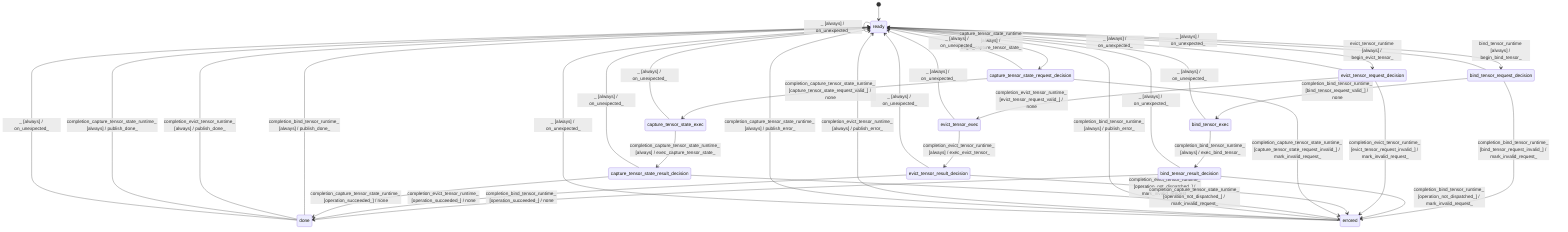
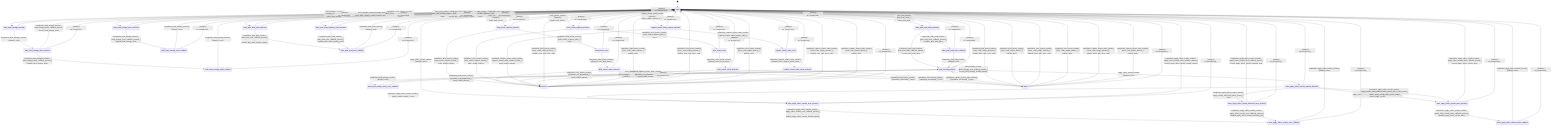
stateDiagram-v2
  direction TB
  [*] --> ready
+   ready --> state_bind_storage_decision : bind_storage_runtime [storage_bind_valid_] / effect_bind_storage_
+   ready --> state_bind_storage_error_decision : bind_storage_runtime [storage_bind_invalid_] / record_bind_storage_invalid_request_and_clear_binding_
+   state_bind_storage_decision --> state_bind_storage_done_decision : completion_bind_storage_runtime_ [always] / none
+   state_bind_storage_done_decision --> state_bind_storage_done_callback : completion_bind_storage_runtime_ [bind_storage_done_callback_present_] / publish_bind_storage_done_
+   state_bind_storage_done_decision --> ready : completion_bind_storage_runtime_ [bind_storage_done_callback_absent_] / record_bind_storage_done_
+   state_bind_storage_done_callback --> ready : completion_bind_storage_runtime_ [always] / none
+   state_bind_storage_error_decision --> state_bind_storage_error_callback : completion_bind_storage_runtime_ [bind_storage_error_callback_present_] / publish_bind_storage_error_
+   state_bind_storage_error_decision --> ready : completion_bind_storage_runtime_ [bind_storage_error_callback_absent_] / none
+   state_bind_storage_error_callback --> ready : completion_bind_storage_runtime_ [always] / none
+   state_awaiting_effects --> state_bind_storage_busy_error_callback : bind_storage_runtime [bind_storage_error_callback_present_] / publish_bind_storage_error_
+   state_awaiting_effects --> state_awaiting_effects : bind_storage_runtime [bind_storage_error_callback_absent_] / record_bind_storage_invalid_request_
+   state_bind_storage_busy_error_callback --> state_awaiting_effects : completion_bind_storage_runtime_ [always] / none
+   ready --> state_plan_load_done_decision : plan_load_runtime [plan_load_valid_] / effect_plan_load_
+   ready --> state_plan_load_error_decision : plan_load_runtime [plan_load_invalid_request_] / none
+   ready --> state_plan_load_capacity_error_decision : plan_load_runtime [plan_load_invalid_capacity_] / none
+   state_plan_load_done_decision --> state_plan_load_done_callback : completion_plan_load_runtime_ [plan_load_done_callback_present_] / publish_plan_load_done_
+   state_plan_load_done_decision --> state_awaiting_effects : completion_plan_load_runtime_ [plan_load_done_callback_absent_] / record_plan_load_done_
+   state_plan_load_done_callback --> state_awaiting_effects : completion_plan_load_runtime_ [always] / none
+   state_plan_load_error_decision --> state_plan_load_error_callback : completion_plan_load_runtime_ [plan_load_error_callback_present_] / publish_plan_load_invalid_request_
+   state_plan_load_error_decision --> ready : completion_plan_load_runtime_ [plan_load_error_callback_absent_] / record_plan_load_invalid_request_
+   state_plan_load_capacity_error_decision --> state_plan_load_error_callback : completion_plan_load_runtime_ [plan_load_error_callback_present_] / publish_plan_load_capacity_error_
+   state_plan_load_capacity_error_decision --> ready : completion_plan_load_runtime_ [plan_load_error_callback_absent_] / record_plan_load_capacity_error_
+   state_plan_load_error_callback --> ready : completion_plan_load_runtime_ [always] / none
+   state_awaiting_effects --> state_apply_effect_results_request_decision : apply_effect_results_runtime [always] / none
+   state_apply_effect_results_request_decision --> state_apply_effect_results_error_decision : completion_apply_effect_results_runtime_ [apply_results_invalid_] / none
+   state_apply_effect_results_request_decision --> state_apply_effect_results_backend_error_decision : completion_apply_effect_results_runtime_ [apply_results_valid_with_effect_errors_] / none
+   state_apply_effect_results_request_decision --> state_apply_effect_results_done_decision : completion_apply_effect_results_runtime_ [apply_results_valid_without_effect_errors_without_record_output_] / effect_apply_results_
+   state_apply_effect_results_request_decision --> state_apply_effect_results_done_decision : completion_apply_effect_results_runtime_ [apply_results_valid_without_effect_errors_with_record_output_] / effect_apply_results_with_record_output_
+   ready --> state_apply_effect_results_error_decision : apply_effect_results_runtime [always] / none
+   state_apply_effect_results_done_decision --> state_apply_effect_results_done_callback : completion_apply_effect_results_runtime_ [apply_effect_results_done_callback_present_] / publish_apply_effect_results_done_
+   state_apply_effect_results_done_decision --> ready : completion_apply_effect_results_runtime_ [apply_effect_results_done_callback_absent_] / record_apply_effect_results_done_
+   state_apply_effect_results_done_callback --> ready : completion_apply_effect_results_runtime_ [always] / none
+   state_apply_effect_results_error_decision --> state_apply_effect_results_error_callback : completion_apply_effect_results_runtime_ [apply_effect_results_error_callback_present_] / publish_apply_effect_results_invalid_request_
+   state_apply_effect_results_error_decision --> ready : completion_apply_effect_results_runtime_ [apply_effect_results_error_callback_absent_] / record_apply_effect_results_invalid_request_
+   state_apply_effect_results_backend_error_decision --> state_apply_effect_results_error_callback : completion_apply_effect_results_runtime_ [apply_effect_results_error_callback_present_] / publish_apply_effect_results_backend_error_
+   state_apply_effect_results_backend_error_decision --> ready : completion_apply_effect_results_runtime_ [apply_effect_results_error_callback_absent_] / record_apply_effect_results_backend_error_
+   state_apply_effect_results_error_callback --> ready : completion_apply_effect_results_runtime_ [always] / none
  ready --> bind_tensor_request_decision : bind_tensor_runtime [always] / begin_bind_tensor_
  bind_tensor_request_decision --> bind_tensor_exec : completion_bind_tensor_runtime_ [bind_tensor_request_valid_] / none
  bind_tensor_request_decision --> errored : completion_bind_tensor_runtime_ [bind_tensor_request_invalid_] / mark_invalid_request_
  bind_tensor_exec --> bind_tensor_result_decision : completion_bind_tensor_runtime_ [always] / exec_bind_tensor_
  bind_tensor_result_decision --> done : completion_bind_tensor_runtime_ [operation_succeeded_] / none
  bind_tensor_result_decision --> errored : completion_bind_tensor_runtime_ [operation_not_dispatched_] / mark_invalid_request_
  ready --> evict_tensor_request_decision : evict_tensor_runtime [always] / begin_evict_tensor_
  evict_tensor_request_decision --> evict_tensor_exec : completion_evict_tensor_runtime_ [evict_tensor_request_valid_] / none
  evict_tensor_request_decision --> errored : completion_evict_tensor_runtime_ [evict_tensor_request_invalid_] / mark_invalid_request_
  evict_tensor_exec --> evict_tensor_result_decision : completion_evict_tensor_runtime_ [always] / exec_evict_tensor_
  evict_tensor_result_decision --> done : completion_evict_tensor_runtime_ [operation_succeeded_] / none
  evict_tensor_result_decision --> errored : completion_evict_tensor_runtime_ [operation_not_dispatched_] / mark_invalid_request_
  ready --> capture_tensor_state_request_decision : capture_tensor_state_runtime [always] / begin_capture_tensor_state_
  capture_tensor_state_request_decision --> capture_tensor_state_exec : completion_capture_tensor_state_runtime_ [capture_tensor_state_request_valid_] / none
  capture_tensor_state_request_decision --> errored : completion_capture_tensor_state_runtime_ [capture_tensor_state_request_invalid_] / mark_invalid_request_
  capture_tensor_state_exec --> capture_tensor_state_result_decision : completion_capture_tensor_state_runtime_ [always] / exec_capture_tensor_state_
  capture_tensor_state_result_decision --> done : completion_capture_tensor_state_runtime_ [operation_succeeded_] / none
  capture_tensor_state_result_decision --> errored : completion_capture_tensor_state_runtime_ [operation_not_dispatched_] / mark_invalid_request_
-   done --> ready : completion_bind_tensor_runtime_ [always] / publish_done_
-   errored --> ready : completion_bind_tensor_runtime_ [always] / publish_error_
-   done --> ready : completion_evict_tensor_runtime_ [always] / publish_done_
-   errored --> ready : completion_evict_tensor_runtime_ [always] / publish_error_
-   done --> ready : completion_capture_tensor_state_runtime_ [always] / publish_done_
-   errored --> ready : completion_capture_tensor_state_runtime_ [always] / publish_error_
+   done --> ready : completion_bind_tensor_runtime_ [error_code_output_present_] / publish_done_with_error_code_
+   done --> ready : completion_bind_tensor_runtime_ [error_code_output_absent_] / publish_done_
+   errored --> ready : completion_bind_tensor_runtime_ [error_code_output_present_] / publish_error_with_error_code_
+   errored --> ready : completion_bind_tensor_runtime_ [error_code_output_absent_] / publish_error_
+   done --> ready : completion_evict_tensor_runtime_ [error_code_output_present_] / publish_done_with_error_code_
+   done --> ready : completion_evict_tensor_runtime_ [error_code_output_absent_] / publish_done_
+   errored --> ready : completion_evict_tensor_runtime_ [error_code_output_present_] / publish_error_with_error_code_
+   errored --> ready : completion_evict_tensor_runtime_ [error_code_output_absent_] / publish_error_
+   done --> ready : completion_capture_tensor_state_runtime_ [error_code_output_present_] / publish_done_with_error_code_
+   done --> ready : completion_capture_tensor_state_runtime_ [error_code_output_absent_] / publish_done_
+   errored --> ready : completion_capture_tensor_state_runtime_ [error_code_output_present_] / publish_error_with_error_code_
+   errored --> ready : completion_capture_tensor_state_runtime_ [error_code_output_absent_] / publish_error_
  ready --> ready : _ [always] / on_unexpected_
+   state_bind_storage_decision --> ready : _ [always] / on_unexpected_
+   state_bind_storage_done_decision --> ready : _ [always] / on_unexpected_
+   state_bind_storage_done_callback --> ready : _ [always] / on_unexpected_
+   state_bind_storage_error_decision --> ready : _ [always] / on_unexpected_
+   state_bind_storage_error_callback --> ready : _ [always] / on_unexpected_
+   state_bind_storage_busy_error_callback --> state_awaiting_effects : _ [always] / on_unexpected_
+   state_plan_load_done_decision --> ready : _ [always] / on_unexpected_
+   state_plan_load_done_callback --> ready : _ [always] / on_unexpected_
+   state_plan_load_error_decision --> ready : _ [always] / on_unexpected_
+   state_plan_load_capacity_error_decision --> ready : _ [always] / on_unexpected_
+   state_plan_load_error_callback --> ready : _ [always] / on_unexpected_
+   state_awaiting_effects --> ready : _ [always] / on_unexpected_
+   state_apply_effect_results_request_decision --> ready : _ [always] / on_unexpected_
+   state_apply_effect_results_done_decision --> ready : _ [always] / on_unexpected_
+   state_apply_effect_results_done_callback --> ready : _ [always] / on_unexpected_
+   state_apply_effect_results_error_decision --> ready : _ [always] / on_unexpected_
+   state_apply_effect_results_backend_error_decision --> ready : _ [always] / on_unexpected_
+   state_apply_effect_results_error_callback --> ready : _ [always] / on_unexpected_
  bind_tensor_request_decision --> ready : _ [always] / on_unexpected_
  bind_tensor_exec --> ready : _ [always] / on_unexpected_
  bind_tensor_result_decision --> ready : _ [always] / on_unexpected_
  evict_tensor_request_decision --> ready : _ [always] / on_unexpected_
  evict_tensor_exec --> ready : _ [always] / on_unexpected_
  evict_tensor_result_decision --> ready : _ [always] / on_unexpected_
  capture_tensor_state_request_decision --> ready : _ [always] / on_unexpected_
  capture_tensor_state_exec --> ready : _ [always] / on_unexpected_
  capture_tensor_state_result_decision --> ready : _ [always] / on_unexpected_
  done --> ready : _ [always] / on_unexpected_
  errored --> ready : _ [always] / on_unexpected_
